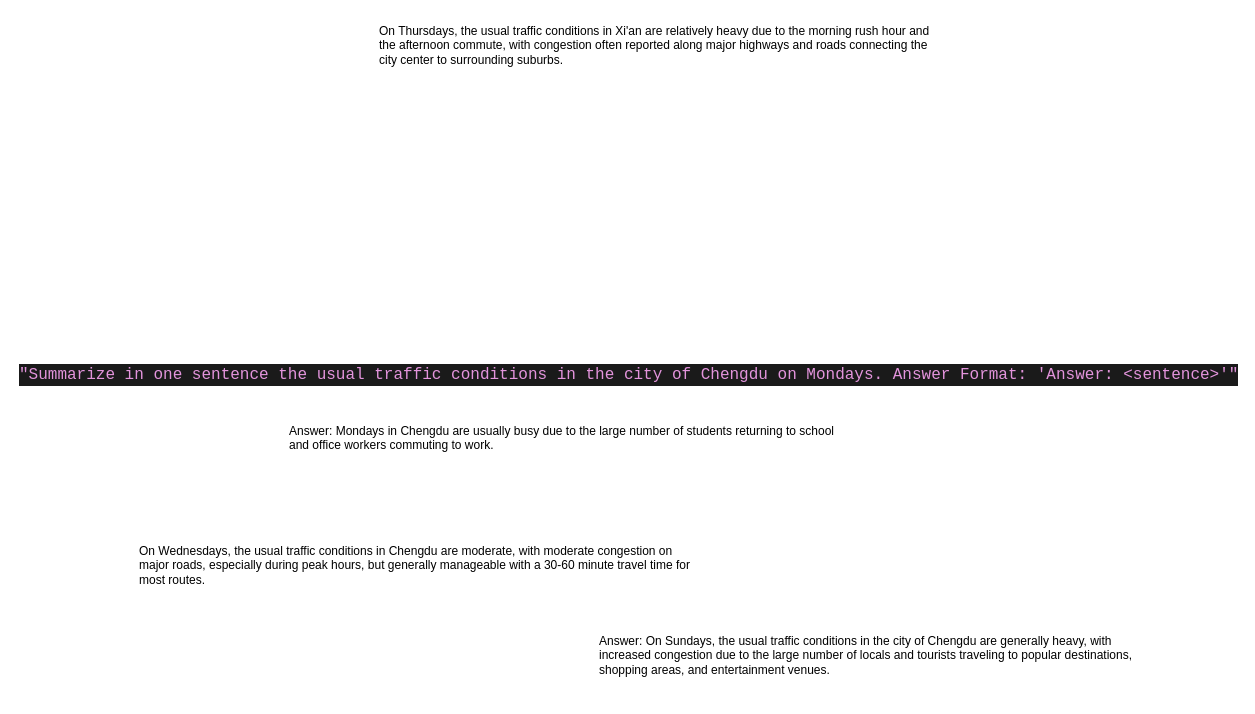
Before: 文本生成.drawio in ginnux/grad_visual, a draw.io diagram. Source tidied: cells renumbered, new cells numbered last; positions are measured from the earlier drawing's top-left corner, leaving out a move shared by most shapes. Both pictures are drawn from the tidied source at 100%, with x=0, y=0 at pixel (17, 17). Pictures stored in the file or linked from it are replaced by grey dashed boxes.
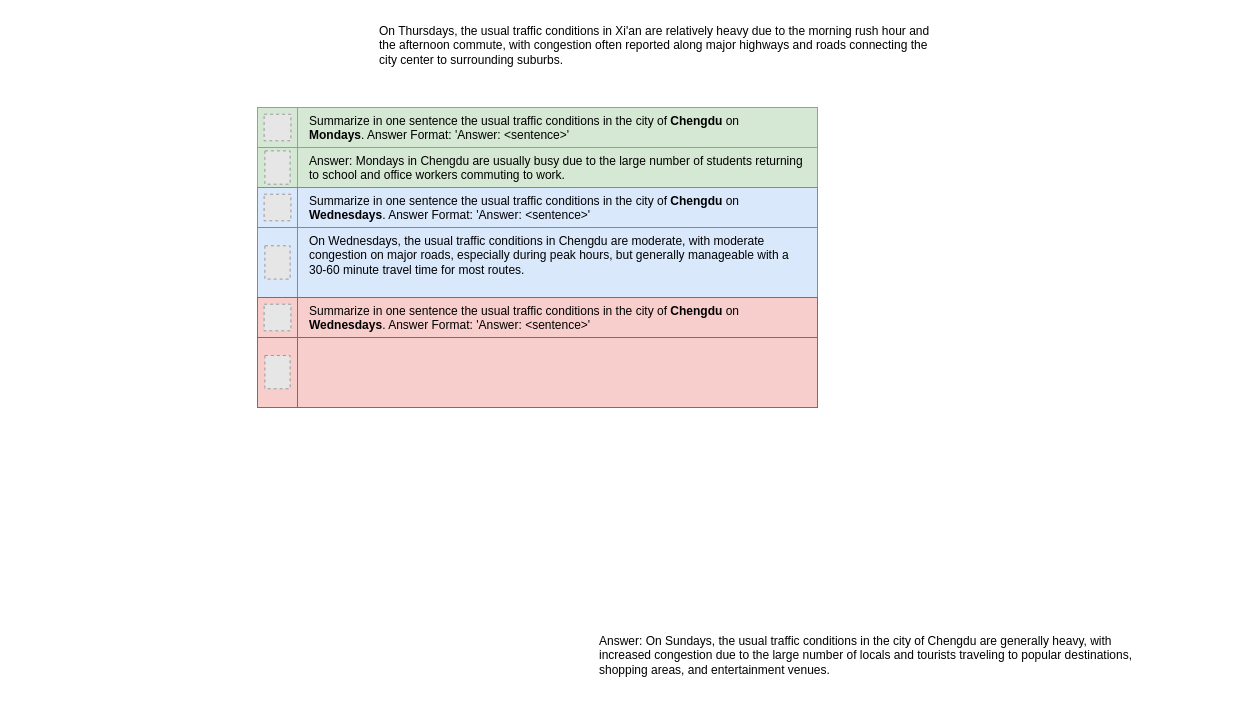
Above is the later version.

Commit message:
更新文本生成.drawio

Diff of the diagram source:
```diff
@@
+    <mxCell id="4" value="Answer: On Sundays, the usual traffic conditions in the city of Chengdu are generally heavy, with increased congestion due to the large number of locals and tourists traveling to popular destinations, shopping areas, and entertainment venues." style="text;whiteSpace=wrap;" parent="1" vertex="1">
+      <mxGeometry x="580" y="610" width="560" height="70" as="geometry" />
+    </mxCell>
+    <mxCell id="6" value="On Thursdays, the usual traffic conditions in Xi'an are relatively heavy due to the morning rush hour and the afternoon commute, with congestion often reported along major highways and roads connecting the city center to surrounding suburbs." style="text;whiteSpace=wrap;" parent="1" vertex="1">
+      <mxGeometry x="360" width="560" height="70" as="geometry" />
+    </mxCell>
+    <mxCell id="7" style="rounded=0;whiteSpace=wrap;html=1;fillColor=#d5e8d4;strokeColor=#82b366;" parent="1" vertex="1">
+      <mxGeometry x="240" y="130" width="560" height="40" as="geometry" />
+    </mxCell>
+    <mxCell id="8" style="rounded=0;whiteSpace=wrap;html=1;fillColor=#d5e8d4;strokeColor=#82b366;" parent="1" vertex="1">
+      <mxGeometry x="240" y="130" width="40" height="40" as="geometry" />
+    </mxCell>
+    <mxCell id="9" style="fillColor=#E6E6E6;strokeColor=#999999;dashed=1;verticalLabelPosition=bottom;labelBackgroundColor=default;verticalAlign=top;" parent="1" vertex="1">
+      <mxGeometry x="247.4" y="133.4" width="25.2" height="33.3" as="geometry" />
+    </mxCell>
+    <mxCell id="10" style="rounded=0;whiteSpace=wrap;html=1;fillColor=#d5e8d4;strokeColor=#82b366;" parent="1" vertex="1">
+      <mxGeometry x="240" y="90" width="560" height="40" as="geometry" />
+    </mxCell>
+    <mxCell id="3" value="Summarize in one sentence the usual traffic conditions in the city of &lt;b&gt;Chengdu&lt;/b&gt; on &lt;b&gt;Mondays&lt;/b&gt;. Answer Format: 'Answer: &amp;lt;sentence&amp;gt;'" style="text;whiteSpace=wrap;html=1;fontFamily=Maple Mono CN;" parent="1" vertex="1">
+      <mxGeometry x="290" y="90" width="480" height="40" as="geometry" />
+    </mxCell>
+    <mxCell id="11" style="rounded=0;whiteSpace=wrap;html=1;fillColor=#d5e8d4;strokeColor=#82b366;" parent="1" vertex="1">
+      <mxGeometry x="240" y="90" width="40" height="40" as="geometry" />
+    </mxCell>
+    <mxCell id="12" style="fillColor=#E6E6E6;strokeColor=#999999;dashed=1;verticalLabelPosition=bottom;labelBackgroundColor=default;verticalAlign=top;" parent="1" vertex="1">
+      <mxGeometry x="246.6" y="96.7" width="26.8" height="26.6" as="geometry" />
+    </mxCell>
-    <mxCell id="2" value="Answer: Mondays in Chengdu are usually busy due to the large number of students returning to school and office workers commuting to work." style="text;whiteSpace=wrap;" parent="1" vertex="1">
-      <mxGeometry x="270" y="400" width="560" height="50" as="geometry" />
+    <mxCell id="2" value="Answer: Mondays in Chengdu are usually busy due to the large number of students returning to school and office workers commuting to work." style="text;whiteSpace=wrap;fontFamily=Maple Mono CN;fontStyle=0;" parent="1" vertex="1">
+      <mxGeometry x="290" y="130" width="500" height="40" as="geometry" />
     </mxCell>
-    <mxCell id="3" value="&lt;div style=&quot;color: #d8dee9;background-color: #1a1a1a;font-family: Maple Mono CN, 'Courier New', monospace, Consolas, 'Courier New', monospace;font-weight: normal;font-size: 16px;line-height: 22px;white-space: pre;&quot;&gt;&lt;div&gt;&lt;span style=&quot;color: #e394dc;&quot;&gt;&quot;Summarize in one sentence the usual traffic conditions in the city of Chengdu on Mondays. Answer Format: 'Answer: &amp;lt;sentence&amp;gt;'&quot;&lt;/span&gt;&lt;/div&gt;&lt;/div&gt;" style="text;whiteSpace=wrap;html=1;" parent="1" vertex="1">
-      <mxGeometry y="340" width="560" height="50" as="geometry" />
-    </mxCell>
-    <mxCell id="4" value="Answer: On Sundays, the usual traffic conditions in the city of Chengdu are generally heavy, with increased congestion due to the large number of locals and tourists traveling to popular destinations, shopping areas, and entertainment venues." style="text;whiteSpace=wrap;" parent="1" vertex="1">
-      <mxGeometry x="580" y="610" width="560" height="70" as="geometry" />
-    </mxCell>
+    <mxCell id="13" style="rounded=0;whiteSpace=wrap;html=1;fillColor=#dae8fc;strokeColor=#6c8ebf;" parent="1" vertex="1">
+      <mxGeometry x="240" y="210" width="560" height="70" as="geometry" />
+    </mxCell>
+    <mxCell id="14" style="rounded=0;whiteSpace=wrap;html=1;fillColor=#dae8fc;strokeColor=#6c8ebf;" parent="1" vertex="1">
+      <mxGeometry x="240" y="210" width="40" height="70" as="geometry" />
+    </mxCell>
+    <mxCell id="15" style="fillColor=#E6E6E6;strokeColor=#999999;dashed=1;verticalLabelPosition=bottom;labelBackgroundColor=default;verticalAlign=top;" parent="1" vertex="1">
+      <mxGeometry x="247.4" y="228.3" width="25.2" height="33.3" as="geometry" />
+    </mxCell>
+    <mxCell id="16" style="rounded=0;whiteSpace=wrap;html=1;fillColor=#dae8fc;strokeColor=#6c8ebf;" parent="1" vertex="1">
+      <mxGeometry x="240" y="170" width="560" height="40" as="geometry" />
+    </mxCell>
+    <mxCell id="17" value="Summarize in one sentence the usual traffic conditions in the city of &lt;b&gt;Chengdu&lt;/b&gt; on&lt;b&gt; Wednesdays&lt;/b&gt;. Answer Format: 'Answer: &amp;lt;sentence&amp;gt;'" style="text;whiteSpace=wrap;html=1;fontFamily=Maple Mono CN;" parent="1" vertex="1">
+      <mxGeometry x="290" y="170" width="480" height="40" as="geometry" />
+    </mxCell>
+    <mxCell id="18" style="rounded=0;whiteSpace=wrap;html=1;fillColor=#dae8fc;strokeColor=#6c8ebf;" parent="1" vertex="1">
+      <mxGeometry x="240" y="170" width="40" height="40" as="geometry" />
+    </mxCell>
+    <mxCell id="19" style="fillColor=#E6E6E6;strokeColor=#999999;dashed=1;verticalLabelPosition=bottom;labelBackgroundColor=default;verticalAlign=top;" parent="1" vertex="1">
+      <mxGeometry x="246.6" y="176.7" width="26.8" height="26.6" as="geometry" />
+    </mxCell>
-    <mxCell id="5" value="On Wednesdays, the usual traffic conditions in Chengdu are moderate, with moderate congestion on major roads, especially during peak hours, but generally manageable with a 30-60 minute travel time for most routes." style="text;whiteSpace=wrap;" parent="1" vertex="1">
-      <mxGeometry x="120" y="520" width="560" height="70" as="geometry" />
+    <mxCell id="5" value="On Wednesdays, the usual traffic conditions in Chengdu are moderate, with moderate congestion on major roads, especially during peak hours, but generally manageable with a 30-60 minute travel time for most routes." style="text;whiteSpace=wrap;fontFamily=Maple Mono CN;" parent="1" vertex="1">
+      <mxGeometry x="290" y="210" width="500" height="40" as="geometry" />
     </mxCell>
-    <mxCell id="6" value="On Thursdays, the usual traffic conditions in Xi'an are relatively heavy due to the morning rush hour and the afternoon commute, with congestion often reported along major highways and roads connecting the city center to surrounding suburbs." style="text;whiteSpace=wrap;" parent="1" vertex="1">
-      <mxGeometry x="360" width="560" height="70" as="geometry" />
-    </mxCell>
+    <mxCell id="20" style="rounded=0;whiteSpace=wrap;html=1;fillColor=#f8cecc;strokeColor=#b85450;" parent="1" vertex="1">
+      <mxGeometry x="240" y="320" width="560" height="70" as="geometry" />
+    </mxCell>
+    <mxCell id="21" style="rounded=0;whiteSpace=wrap;html=1;fillColor=#f8cecc;strokeColor=#b85450;" parent="1" vertex="1">
+      <mxGeometry x="240" y="280" width="560" height="40" as="geometry" />
+    </mxCell>
+    <mxCell id="22" style="rounded=0;whiteSpace=wrap;html=1;fillColor=#f8cecc;strokeColor=#b85450;" parent="1" vertex="1">
+      <mxGeometry x="240" y="320" width="40" height="70" as="geometry" />
+    </mxCell>
+    <mxCell id="23" style="fillColor=#E6E6E6;strokeColor=#999999;dashed=1;verticalLabelPosition=bottom;labelBackgroundColor=default;verticalAlign=top;" parent="1" vertex="1">
+      <mxGeometry x="247.4" y="338" width="25.2" height="33.3" as="geometry" />
+    </mxCell>
+    <mxCell id="24" style="rounded=0;whiteSpace=wrap;html=1;fillColor=#f8cecc;strokeColor=#b85450;" parent="1" vertex="1">
+      <mxGeometry x="240" y="280" width="40" height="40" as="geometry" />
+    </mxCell>
+    <mxCell id="25" style="fillColor=#E6E6E6;strokeColor=#999999;dashed=1;verticalLabelPosition=bottom;labelBackgroundColor=default;verticalAlign=top;" parent="1" vertex="1">
+      <mxGeometry x="246.6" y="286.7" width="26.8" height="26.6" as="geometry" />
+    </mxCell>
+    <mxCell id="26" value="Summarize in one sentence the usual traffic conditions in the city of &lt;b&gt;Chengdu&lt;/b&gt; on&lt;b&gt; Wednesdays&lt;/b&gt;. Answer Format: 'Answer: &amp;lt;sentence&amp;gt;'" style="text;whiteSpace=wrap;html=1;fontFamily=Maple Mono CN;" parent="1" vertex="1">
+      <mxGeometry x="290" y="280" width="480" height="40" as="geometry" />
+    </mxCell>
```
